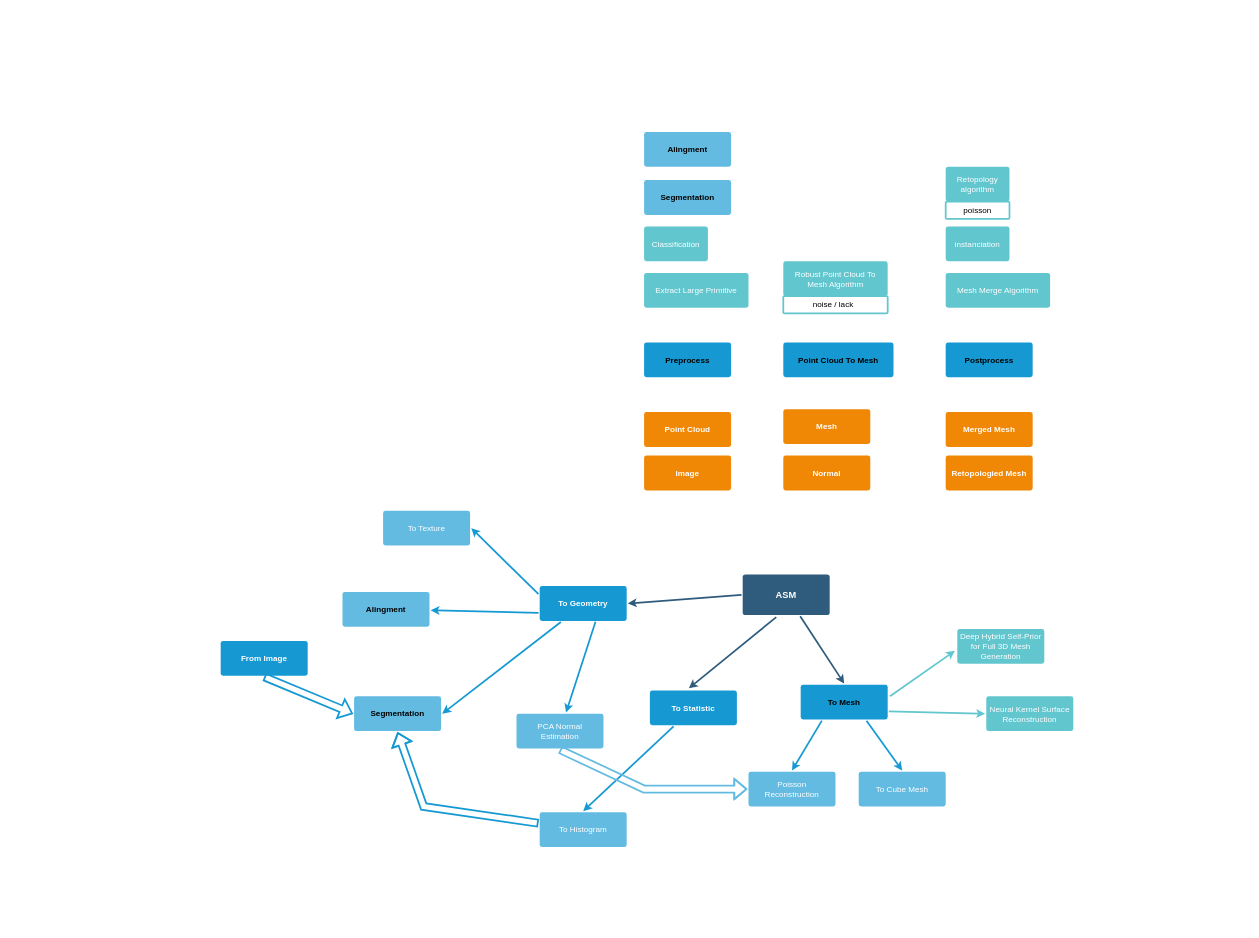
Above: mind_map.drawio in jjunbass89/Paper (draw.io), before the change. Source tidied: cells renumbered, new cells numbered last; positions are measured from the earlier drawing's top-left corner, leaving out a move shared by most shapes. Both pictures are drawn from the tidied source at 58%, with x=0, y=0 at pixel (220, 132).
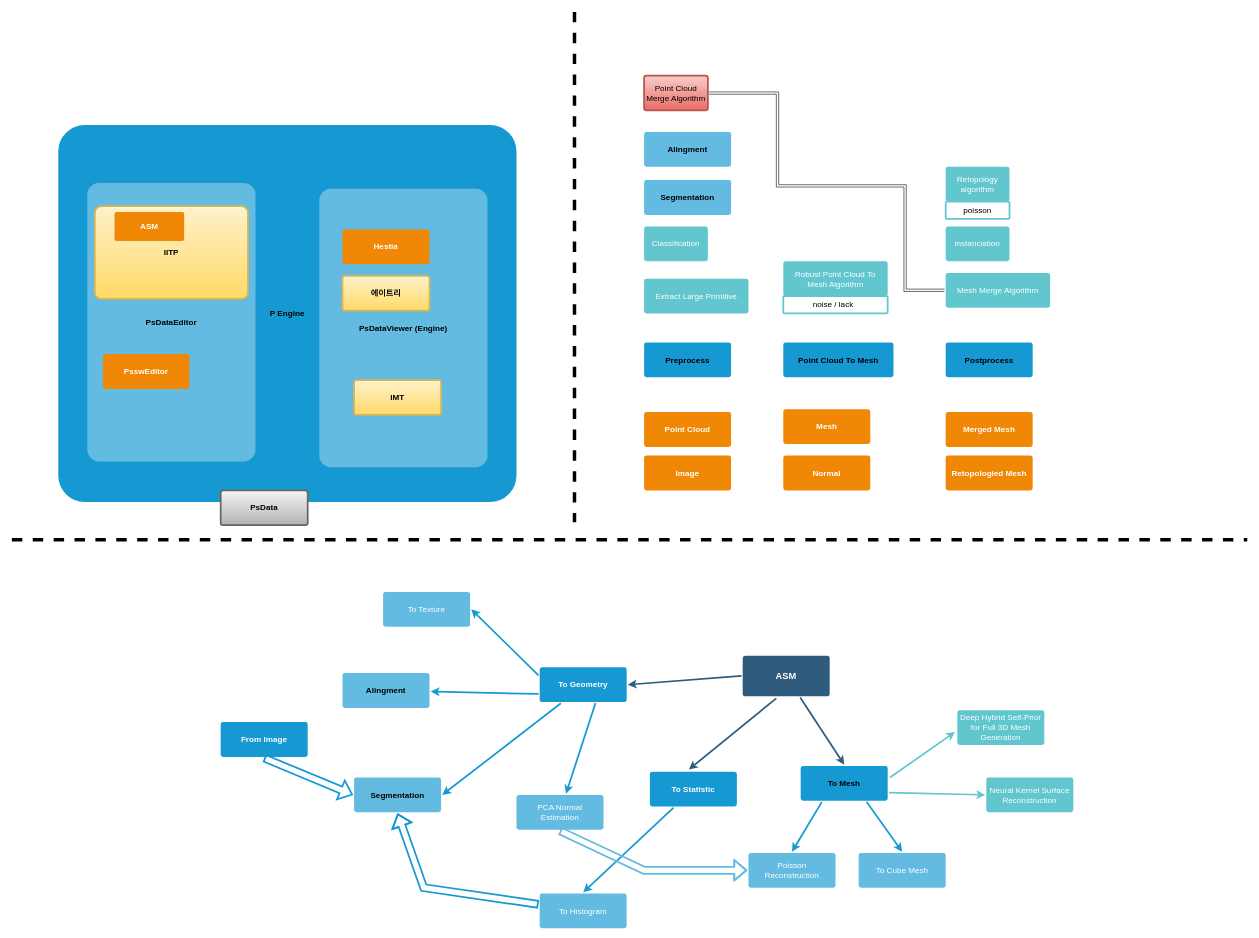
The same diagram, later.

Unchanged cells that the change refers to:
```xml
<mxCell id="39" value="Mesh Merge Algorithm" style="rounded=1;whiteSpace=wrap;html=1;shadow=0;labelBackgroundColor=none;strokeColor=none;strokeWidth=3;fillColor=#61c6ce;fontFamily=Helvetica;fontSize=14;fontColor=#FFFFFF;align=center;spacing=5;fontStyle=0;arcSize=7;perimeterSpacing=2;" parent="1" vertex="1">
  <mxGeometry x="1250" y="243" width="180" height="60" as="geometry" />
</mxCell>
```

The edit, as a diff of the source:
```diff
@@
+    <mxCell id="50" value="P Engine" style="rounded=1;whiteSpace=wrap;html=1;shadow=0;labelBackgroundColor=none;strokeColor=none;strokeWidth=3;fillColor=#1699d3;fontFamily=Helvetica;fontSize=14;fontColor=#000000;align=center;spacing=5;fontStyle=1;arcSize=7;perimeterSpacing=2;" parent="1" vertex="1">
+      <mxGeometry x="-280" y="-12" width="790" height="650" as="geometry" />
+    </mxCell>
@@
     <mxCell id="3" value="ASM" style="rounded=1;whiteSpace=wrap;html=1;shadow=0;labelBackgroundColor=none;strokeColor=none;strokeWidth=3;fillColor=#2F5B7C;fontFamily=Helvetica;fontSize=16;fontColor=#FFFFFF;align=center;fontStyle=1;spacing=5;arcSize=7;perimeterSpacing=2;" parent="1" vertex="1">
-      <mxGeometry x="900" y="763" width="150" height="70" as="geometry" />
+      <mxGeometry x="900" y="903" width="150" height="70" as="geometry" />
     </mxCell>
@@
     <mxCell id="5" value="To Mesh" style="rounded=1;whiteSpace=wrap;html=1;shadow=0;labelBackgroundColor=none;strokeColor=none;strokeWidth=3;fillColor=#1699d3;fontFamily=Helvetica;fontSize=14;fontColor=#000000;align=center;spacing=5;fontStyle=1;arcSize=7;perimeterSpacing=2;" parent="1" vertex="1">
-      <mxGeometry x="1000" y="953" width="150" height="60" as="geometry" />
+      <mxGeometry x="1000" y="1093" width="150" height="60" as="geometry" />
     </mxCell>
     <mxCell id="6" value="To Histogram" style="rounded=1;whiteSpace=wrap;html=1;shadow=0;labelBackgroundColor=none;strokeColor=none;strokeWidth=3;fillColor=#64bbe2;fontFamily=Helvetica;fontSize=14;fontColor=#FFFFFF;align=center;spacing=5;arcSize=7;perimeterSpacing=2;" parent="1" vertex="1">
-      <mxGeometry x="550" y="1173" width="150" height="60" as="geometry" />
+      <mxGeometry x="550" y="1313" width="150" height="60" as="geometry" />
     </mxCell>
     <mxCell id="7" value="Deep Hybrid Self-Prior for Full 3D Mesh Generation" style="rounded=1;whiteSpace=wrap;html=1;shadow=0;labelBackgroundColor=none;strokeColor=none;strokeWidth=3;fillColor=#61c6ce;fontFamily=Helvetica;fontSize=14;fontColor=#FFFFFF;align=center;spacing=5;fontStyle=0;arcSize=7;perimeterSpacing=2;" parent="1" vertex="1">
-      <mxGeometry x="1270" y="857" width="150" height="60" as="geometry" />
+      <mxGeometry x="1270" y="997" width="150" height="60" as="geometry" />
     </mxCell>
@@
     <mxCell id="9" value="PCA Normal Estimation" style="rounded=1;whiteSpace=wrap;html=1;shadow=0;labelBackgroundColor=none;strokeColor=none;strokeWidth=3;fillColor=#64bbe2;fontFamily=Helvetica;fontSize=14;fontColor=#FFFFFF;align=center;spacing=5;arcSize=7;perimeterSpacing=2;" parent="1" vertex="1">
-      <mxGeometry x="510" y="1003" width="150" height="60" as="geometry" />
+      <mxGeometry x="510" y="1143" width="150" height="60" as="geometry" />
     </mxCell>
     <mxCell id="10" value="To Cube Mesh" style="rounded=1;whiteSpace=wrap;html=1;shadow=0;labelBackgroundColor=none;strokeColor=none;strokeWidth=3;fillColor=#64bbe2;fontFamily=Helvetica;fontSize=14;fontColor=#FFFFFF;align=center;spacing=5;arcSize=7;perimeterSpacing=2;" parent="1" vertex="1">
-      <mxGeometry x="1100" y="1103" width="150" height="60" as="geometry" />
+      <mxGeometry x="1100" y="1243" width="150" height="60" as="geometry" />
     </mxCell>
@@
     <mxCell id="12" value="To Geometry" style="rounded=1;whiteSpace=wrap;html=1;shadow=0;labelBackgroundColor=none;strokeColor=none;strokeWidth=3;fillColor=#1699d3;fontFamily=Helvetica;fontSize=14;fontColor=#FFFFFF;align=center;spacing=5;fontStyle=1;arcSize=7;perimeterSpacing=2;" parent="1" vertex="1">
-      <mxGeometry x="550" y="783" width="150" height="60" as="geometry" />
+      <mxGeometry x="550" y="923" width="150" height="60" as="geometry" />
     </mxCell>
@@
     <mxCell id="14" value="Poisson Reconstruction" style="rounded=1;whiteSpace=wrap;html=1;shadow=0;labelBackgroundColor=none;strokeColor=none;strokeWidth=3;fillColor=#64bbe2;fontFamily=Helvetica;fontSize=14;fontColor=#FFFFFF;align=center;spacing=5;arcSize=7;perimeterSpacing=2;" parent="1" vertex="1">
-      <mxGeometry x="910" y="1103" width="150" height="60" as="geometry" />
+      <mxGeometry x="910" y="1243" width="150" height="60" as="geometry" />
     </mxCell>
@@
     <mxCell id="16" value="To Statistic" style="rounded=1;whiteSpace=wrap;html=1;shadow=0;labelBackgroundColor=none;strokeColor=none;strokeWidth=3;fillColor=#1699d3;fontFamily=Helvetica;fontSize=14;fontColor=#FFFFFF;align=center;spacing=5;fontStyle=1;arcSize=7;perimeterSpacing=2;" parent="1" vertex="1">
-      <mxGeometry x="740" y="963" width="150" height="60" as="geometry" />
+      <mxGeometry x="740" y="1103" width="150" height="60" as="geometry" />
     </mxCell>
@@
     <mxCell id="18" value="&lt;b&gt;Segmentation&lt;/b&gt;" style="rounded=1;whiteSpace=wrap;html=1;shadow=0;labelBackgroundColor=none;strokeColor=none;strokeWidth=3;fillColor=#64bbe2;fontFamily=Helvetica;fontSize=14;fontColor=#000000;align=center;spacing=5;arcSize=7;perimeterSpacing=2;" parent="1" vertex="1">
-      <mxGeometry x="230" y="973" width="150" height="60" as="geometry" />
+      <mxGeometry x="230" y="1113" width="150" height="60" as="geometry" />
     </mxCell>
     <mxCell id="19" value="&lt;b&gt;Alingment&lt;/b&gt;" style="rounded=1;whiteSpace=wrap;html=1;shadow=0;labelBackgroundColor=none;strokeColor=none;strokeWidth=3;fillColor=#64bbe2;fontFamily=Helvetica;fontSize=14;fontColor=#000000;align=center;spacing=5;arcSize=7;perimeterSpacing=2;" parent="1" vertex="1">
-      <mxGeometry x="210" y="793" width="150" height="60" as="geometry" />
+      <mxGeometry x="210" y="933" width="150" height="60" as="geometry" />
     </mxCell>
     <mxCell id="20" value="To Texture" style="rounded=1;whiteSpace=wrap;html=1;shadow=0;labelBackgroundColor=none;strokeColor=none;strokeWidth=3;fillColor=#64bbe2;fontFamily=Helvetica;fontSize=14;fontColor=#FFFFFF;align=center;spacing=5;arcSize=7;perimeterSpacing=2;" parent="1" vertex="1">
-      <mxGeometry x="280" y="653" width="150" height="60" as="geometry" />
+      <mxGeometry x="280" y="793" width="150" height="60" as="geometry" />
     </mxCell>
@@
     <mxCell id="24" value="Neural Kernel Surface Reconstruction" style="rounded=1;whiteSpace=wrap;html=1;shadow=0;labelBackgroundColor=none;strokeColor=none;strokeWidth=3;fillColor=#61c6ce;fontFamily=Helvetica;fontSize=14;fontColor=#FFFFFF;align=center;spacing=5;fontStyle=0;arcSize=7;perimeterSpacing=2;" parent="1" vertex="1">
-      <mxGeometry x="1320" y="973" width="150" height="60" as="geometry" />
+      <mxGeometry x="1320" y="1113" width="150" height="60" as="geometry" />
     </mxCell>
@@
     <mxCell id="26" style="edgeStyle=none;rounded=0;jumpStyle=none;html=1;shadow=0;labelBackgroundColor=none;startArrow=none;startFill=0;endArrow=classic;endFill=1;jettySize=auto;strokeColor=#61C6CE;strokeWidth=3;fontFamily=Helvetica;fontSize=14;fontColor=#FFFFFF;spacing=5;exitX=1;exitY=0.75;exitDx=0;exitDy=0;entryX=-0.013;entryY=0.618;entryDx=0;entryDy=0;entryPerimeter=0;" parent="1" edge="1" target="7">
       <mxGeometry relative="1" as="geometry">
-        <mxPoint x="1154" y="973" as="sourcePoint" />
+        <mxPoint x="1154" y="1113" as="sourcePoint" />
       </mxGeometry>
     </mxCell>
     <mxCell id="27" value="From Image" style="rounded=1;whiteSpace=wrap;html=1;shadow=0;labelBackgroundColor=none;strokeColor=none;strokeWidth=3;fillColor=#1699d3;fontFamily=Helvetica;fontSize=14;fontColor=#FFFFFF;align=center;spacing=5;fontStyle=1;arcSize=7;perimeterSpacing=2;" parent="1" vertex="1">
-      <mxGeometry y="877.5" width="150" height="60" as="geometry" />
+      <mxGeometry y="1017.5" width="150" height="60" as="geometry" />
     </mxCell>
@@
     <mxCell id="29" style="edgeStyle=none;rounded=0;jumpStyle=none;html=1;shadow=0;labelBackgroundColor=none;startArrow=none;startFill=0;endArrow=classic;endFill=1;jettySize=auto;strokeColor=#1699D3;strokeWidth=3;fontFamily=Helvetica;fontSize=14;fontColor=#FFFFFF;spacing=5;entryX=0.5;entryY=1;entryDx=0;entryDy=0;shape=flexArrow;" parent="1" edge="1" source="6" target="18">
       <mxGeometry relative="1" as="geometry">
         <Array as="points">
-          <mxPoint x="350" y="1163" />
+          <mxPoint x="350" y="1303" />
         </Array>
       </mxGeometry>
     </mxCell>
     <mxCell id="30" style="edgeStyle=none;rounded=0;jumpStyle=none;html=1;shadow=0;labelBackgroundColor=none;startArrow=none;startFill=0;endArrow=classic;endFill=1;jettySize=auto;strokeColor=#64BBE2;strokeWidth=3;fontFamily=Helvetica;fontSize=14;fontColor=#FFFFFF;spacing=5;exitX=0.5;exitY=1;exitDx=0;exitDy=0;entryX=0;entryY=0.5;entryDx=0;entryDy=0;shape=flexArrow;" parent="1" edge="1" source="9" target="14">
       <mxGeometry relative="1" as="geometry">
         <Array as="points">
-          <mxPoint x="730" y="1133" />
+          <mxPoint x="730" y="1273" />
         </Array>
       </mxGeometry>
     </mxCell>
@@
+    <mxCell id="51" style="edgeStyle=orthogonalEdgeStyle;rounded=0;jettySize=auto;html=1;entryX=1;entryY=0.5;entryDx=0;entryDy=0;shape=link;" parent="1" edge="1" source="39" target="52">
+      <mxGeometry relative="1" as="geometry">
+        <Array as="points">
+          <mxPoint x="1180" y="273" />
+          <mxPoint x="1180" y="93" />
+          <mxPoint x="960" y="93" />
+          <mxPoint x="960" y="-67" />
+        </Array>
+      </mxGeometry>
+    </mxCell>
@@
     <mxCell id="40" value="Extract Large Primitive" style="rounded=1;whiteSpace=wrap;html=1;shadow=0;labelBackgroundColor=none;strokeColor=none;strokeWidth=3;fillColor=#61c6ce;fontFamily=Helvetica;fontSize=14;fontColor=#FFFFFF;align=center;spacing=5;fontStyle=0;arcSize=7;perimeterSpacing=2;" parent="1" vertex="1">
-      <mxGeometry x="730" y="243" width="180" height="60" as="geometry" />
+      <mxGeometry x="730" y="253" width="180" height="60" as="geometry" />
     </mxCell>
@@
+    <mxCell id="52" value="Point Cloud Merge Algorithm" style="rounded=1;whiteSpace=wrap;html=1;shadow=0;labelBackgroundColor=none;strokeColor=#b85450;strokeWidth=3;fillColor=#f8cecc;fontFamily=Helvetica;fontSize=14;align=center;spacing=5;fontStyle=0;arcSize=7;perimeterSpacing=2;gradientColor=#ea6b66;" parent="1" vertex="1">
+      <mxGeometry x="730" y="-97" width="110" height="60" as="geometry" />
+    </mxCell>
+    <mxCell id="53" value="&lt;b&gt;PsDataEditor&lt;/b&gt;" style="rounded=1;whiteSpace=wrap;html=1;shadow=0;labelBackgroundColor=none;strokeColor=none;strokeWidth=3;fillColor=#64bbe2;fontFamily=Helvetica;fontSize=14;fontColor=#000000;align=center;spacing=5;arcSize=7;perimeterSpacing=2;" parent="1" vertex="1">
+      <mxGeometry x="-230" y="88" width="290" height="480" as="geometry" />
+    </mxCell>
+    <mxCell id="54" value="&lt;b&gt;PsDataViewer (Engine)&lt;/b&gt;" style="rounded=1;whiteSpace=wrap;html=1;shadow=0;labelBackgroundColor=none;strokeColor=none;strokeWidth=3;fillColor=#64bbe2;fontFamily=Helvetica;fontSize=14;fontColor=#000000;align=center;spacing=5;arcSize=7;perimeterSpacing=2;" parent="1" vertex="1">
+      <mxGeometry x="170" y="98" width="290" height="480" as="geometry" />
+    </mxCell>
+    <mxCell id="55" value="Hestia" style="rounded=1;whiteSpace=wrap;html=1;shadow=0;labelBackgroundColor=none;strokeColor=none;strokeWidth=3;fillColor=#F08705;fontFamily=Helvetica;fontSize=14;fontColor=#FFFFFF;align=center;spacing=5;fontStyle=1;arcSize=7;perimeterSpacing=2;" parent="1" vertex="1">
+      <mxGeometry x="210" y="168" width="150" height="60" as="geometry" />
+    </mxCell>
+    <mxCell id="56" value="에이트리" style="rounded=1;whiteSpace=wrap;html=1;shadow=0;labelBackgroundColor=none;strokeColor=#d6b656;strokeWidth=3;fillColor=#fff2cc;fontFamily=Helvetica;fontSize=14;align=center;spacing=5;fontStyle=1;arcSize=7;perimeterSpacing=2;gradientColor=#ffd966;" parent="1" vertex="1">
+      <mxGeometry x="210" y="248" width="150" height="60" as="geometry" />
+    </mxCell>
+    <mxCell id="57" value="IMT" style="rounded=1;whiteSpace=wrap;html=1;shadow=0;labelBackgroundColor=none;strokeColor=#d6b656;strokeWidth=3;fillColor=#fff2cc;fontFamily=Helvetica;fontSize=14;align=center;spacing=5;fontStyle=1;arcSize=7;perimeterSpacing=2;gradientColor=#ffd966;" parent="1" vertex="1">
+      <mxGeometry x="230" y="428" width="150" height="60" as="geometry" />
+    </mxCell>
+    <mxCell id="58" value="IITP" style="rounded=1;whiteSpace=wrap;html=1;shadow=0;labelBackgroundColor=none;strokeColor=#d6b656;strokeWidth=3;fillColor=#fff2cc;fontFamily=Helvetica;fontSize=14;align=center;spacing=5;fontStyle=1;arcSize=7;perimeterSpacing=2;gradientColor=#ffd966;" parent="1" vertex="1">
+      <mxGeometry x="-217" y="128" width="264" height="160" as="geometry" />
+    </mxCell>
+    <mxCell id="59" value="ASM" style="rounded=1;whiteSpace=wrap;html=1;shadow=0;labelBackgroundColor=none;strokeColor=none;strokeWidth=3;fillColor=#F08705;fontFamily=Helvetica;fontSize=14;fontColor=#FFFFFF;align=center;spacing=5;fontStyle=1;arcSize=7;perimeterSpacing=2;" parent="1" vertex="1">
+      <mxGeometry x="-183" y="138" width="120" height="50" as="geometry" />
+    </mxCell>
+    <mxCell id="60" value="PsswEditor" style="rounded=1;whiteSpace=wrap;html=1;shadow=0;labelBackgroundColor=none;strokeColor=none;strokeWidth=3;fillColor=#F08705;fontFamily=Helvetica;fontSize=14;fontColor=#FFFFFF;align=center;spacing=5;fontStyle=1;arcSize=7;perimeterSpacing=2;" parent="1" vertex="1">
+      <mxGeometry x="-203" y="383" width="149" height="60" as="geometry" />
+    </mxCell>
+    <mxCell id="61" value="PsData" style="rounded=1;whiteSpace=wrap;html=1;shadow=0;labelBackgroundColor=none;strokeColor=#666666;strokeWidth=3;fillColor=#f5f5f5;fontFamily=Helvetica;fontSize=14;align=center;spacing=5;fontStyle=1;arcSize=7;perimeterSpacing=2;gradientColor=#b3b3b3;" parent="1" vertex="1">
+      <mxGeometry y="618" width="150" height="60" as="geometry" />
+    </mxCell>
+    <mxCell id="62" style="endArrow=none;dashed=1;html=1;rounded=0;strokeWidth=6;" parent="1" edge="1">
+      <mxGeometry relative="1" as="geometry">
+        <mxPoint x="-360" y="703" as="sourcePoint" />
+        <mxPoint x="1770" y="703" as="targetPoint" />
+      </mxGeometry>
+    </mxCell>
+    <mxCell id="63" style="endArrow=none;dashed=1;html=1;rounded=0;strokeWidth=6;" parent="1" edge="1">
+      <mxGeometry relative="1" as="geometry">
+        <mxPoint x="610" y="-207" as="sourcePoint" />
+        <mxPoint x="610" y="673" as="targetPoint" />
+      </mxGeometry>
+    </mxCell>
```
